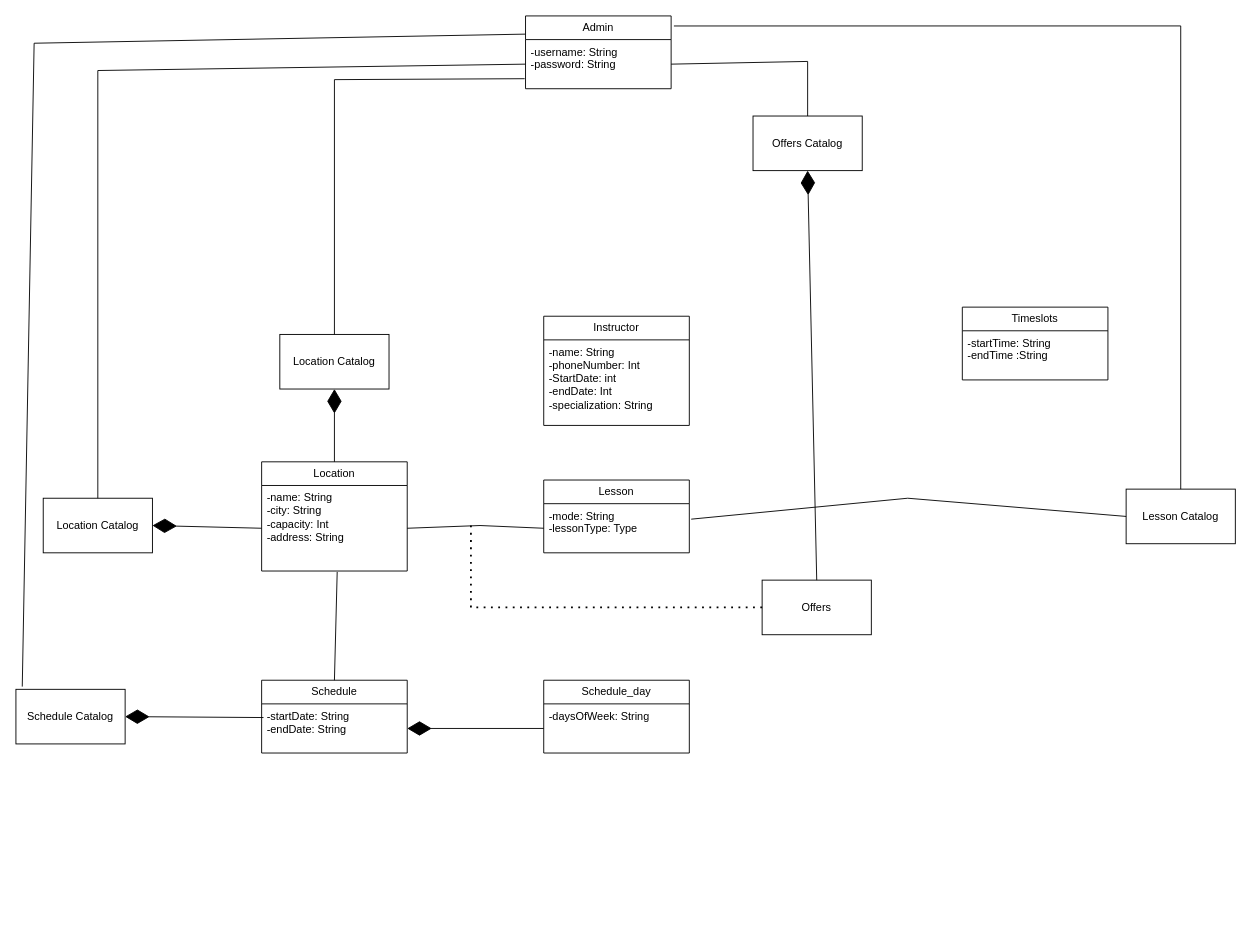
Before: Diagrams/DomainModel.drawio in JeremyCrete/Soen342-JeremyCrete-DominicEmond, a draw.io diagram. Source tidied: cells renumbered, new cells numbered last; positions are measured from the earlier drawing's top-left corner, leaving out a move shared by most shapes. Both pictures are drawn from the tidied source at 91%, with x=0, y=0 at pixel (15, 15).
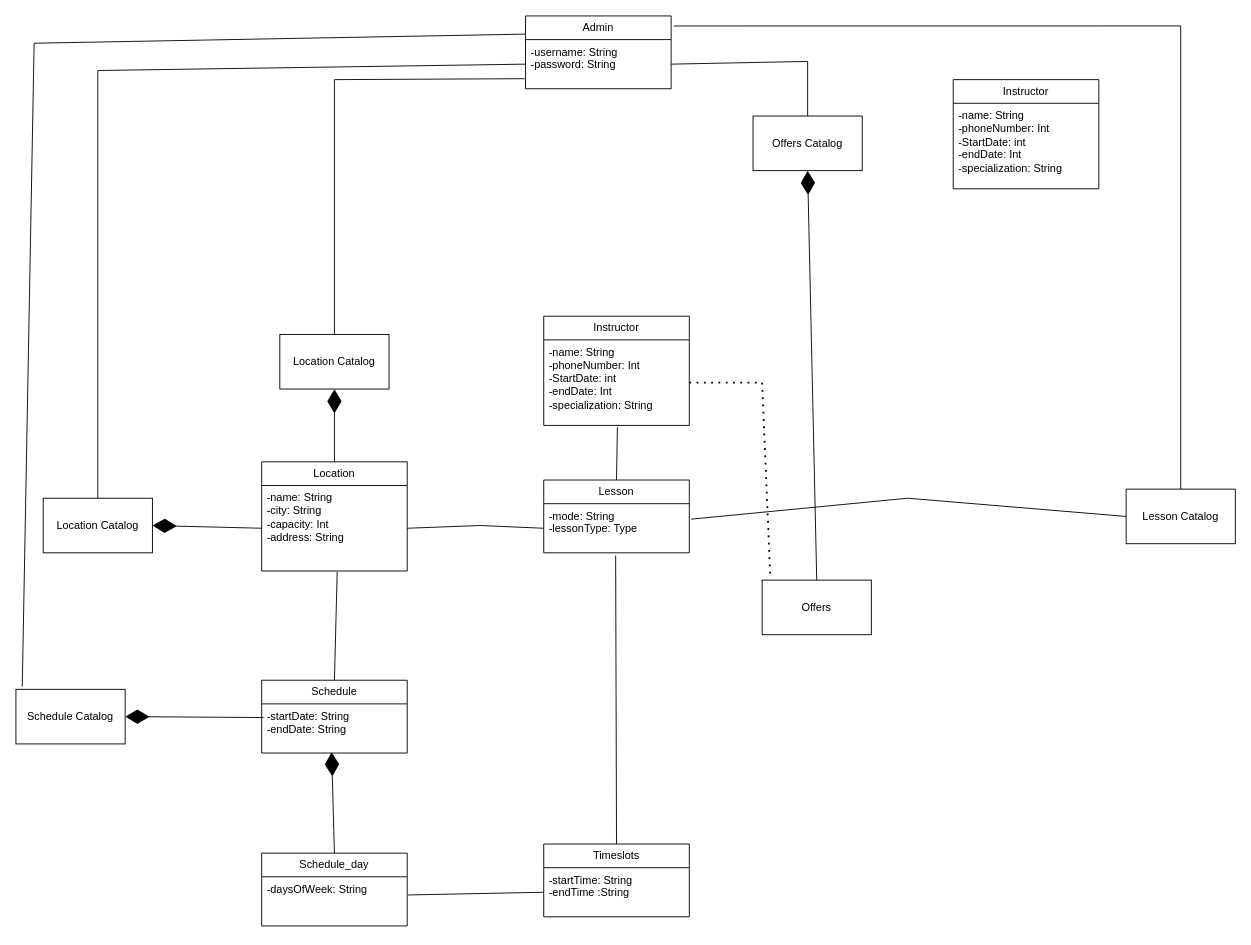
Above is the later version.

The change refers to these unchanged cells:
```xml
<mxCell id="5" value="-name: String&lt;div&gt;-phoneNumber: Int&lt;/div&gt;&lt;div&gt;-StartDate: int&lt;/div&gt;&lt;div&gt;-endDate: Int&lt;/div&gt;&lt;div&gt;-specialization: String&lt;/div&gt;" style="text;strokeColor=none;fillColor=none;align=left;verticalAlign=top;spacingLeft=4;spacingRight=4;overflow=hidden;points=[[0,0.5],[1,0.5]];portConstraint=eastwest;whiteSpace=wrap;html=1;" parent="4" vertex="1">
  <mxGeometry y="26" width="160" height="94" as="geometry" />
</mxCell>
<mxCell id="6" value="Lesson" style="swimlane;fontStyle=0;horizontal=1;startSize=26;fillColor=none;whiteSpace=wrap;html=1;" parent="1" vertex="1">
  <mxGeometry x="580" y="510" width="160" height="80" as="geometry" />
</mxCell>
<mxCell id="7" value="-mode: String&lt;div&gt;-lessonType: Type&lt;/div&gt;" style="text;strokeColor=none;fillColor=none;align=left;verticalAlign=top;spacingLeft=4;spacingRight=4;overflow=hidden;points=[[0,0.5],[1,0.5]];portConstraint=eastwest;whiteSpace=wrap;html=1;" parent="6" vertex="1">
  <mxGeometry y="26" width="160" height="54" as="geometry" />
</mxCell>
<mxCell id="11" value="-startDate: String&lt;div&gt;-endDate: String&lt;/div&gt;" style="text;strokeColor=none;fillColor=none;align=left;verticalAlign=top;spacingLeft=4;spacingRight=4;overflow=hidden;points=[[0,0.5],[1,0.5]];portConstraint=eastwest;whiteSpace=wrap;html=1;" parent="10" vertex="1">
  <mxGeometry y="26" width="160" height="54" as="geometry" />
</mxCell>
<mxCell id="14" value="-daysOfWeek: String" style="text;strokeColor=none;fillColor=none;align=left;verticalAlign=top;spacingLeft=4;spacingRight=4;overflow=hidden;points=[[0,0.5],[1,0.5]];portConstraint=eastwest;whiteSpace=wrap;html=1;" parent="13" vertex="1">
  <mxGeometry y="26" width="160" height="54" as="geometry" />
</mxCell>
<mxCell id="16" value="-startTime: String&lt;div&gt;-endTime :String&lt;/div&gt;" style="text;strokeColor=none;fillColor=none;align=left;verticalAlign=top;spacingLeft=4;spacingRight=4;overflow=hidden;points=[[0,0.5],[1,0.5]];portConstraint=eastwest;whiteSpace=wrap;html=1;" parent="15" vertex="1">
  <mxGeometry y="26" width="160" height="54" as="geometry" />
</mxCell>
<mxCell id="27" value="Offers" style="rounded=0;whiteSpace=wrap;html=1;" parent="1" vertex="1">
  <mxGeometry x="820" y="620" width="120" height="60" as="geometry" />
</mxCell>
```

Diff of the diagram source:
```diff
@@
     <mxCell id="13" value="Schedule_day" style="swimlane;fontStyle=0;horizontal=1;startSize=26;fillColor=none;whiteSpace=wrap;html=1;" parent="1" vertex="1">
-      <mxGeometry x="580" y="730" width="160" height="80" as="geometry" />
+      <mxGeometry x="270" y="920" width="160" height="80" as="geometry" />
     </mxCell>
@@
     <mxCell id="15" value="Timeslots" style="swimlane;fontStyle=0;horizontal=1;startSize=26;fillColor=none;whiteSpace=wrap;html=1;" parent="1" vertex="1">
-      <mxGeometry x="1040" y="320" width="160" height="80" as="geometry" />
+      <mxGeometry x="580" y="910" width="160" height="80" as="geometry" />
     </mxCell>
@@
-    <mxCell id="23" style="endArrow=diamondThin;endFill=1;endSize=24;html=1;rounded=0;entryX=1;entryY=0.5;entryDx=0;entryDy=0;exitX=0;exitY=0.5;exitDx=0;exitDy=0;" parent="1" edge="1" source="14" target="11">
-      <mxGeometry relative="1" as="geometry" />
-    </mxCell>
@@
-    <mxCell id="31" style="endArrow=none;dashed=1;html=1;dashPattern=1 3;strokeWidth=2;rounded=0;entryX=0;entryY=0.5;entryDx=0;entryDy=0;" parent="1" edge="1" target="27">
+    <mxCell id="31" style="endArrow=none;dashed=1;html=1;dashPattern=1 3;strokeWidth=2;rounded=0;entryX=0.075;entryY=-0.05;entryDx=0;entryDy=0;exitX=1;exitY=0.5;exitDx=0;exitDy=0;entryPerimeter=0;" parent="1" edge="1" source="5" target="27">
       <mxGeometry relative="1" as="geometry">
-        <mxPoint x="500" y="560" as="sourcePoint" />
         <Array as="points">
-          <mxPoint x="500" y="650" />
+          <mxPoint x="820" y="403" />
         </Array>
       </mxGeometry>
     </mxCell>
@@
+    <mxCell id="36" style="endArrow=none;html=1;rounded=0;entryX=0.506;entryY=1.021;entryDx=0;entryDy=0;entryPerimeter=0;exitX=0.5;exitY=0;exitDx=0;exitDy=0;" parent="1" edge="1" source="6" target="5">
+      <mxGeometry relative="1" as="geometry" />
+    </mxCell>
+    <mxCell id="37" value="Instructor" style="swimlane;fontStyle=0;horizontal=1;startSize=26;fillColor=none;whiteSpace=wrap;html=1;" parent="1" vertex="1">
+      <mxGeometry x="1030" y="70" width="160" height="120" as="geometry" />
+    </mxCell>
+    <mxCell id="38" value="-name: String&lt;div&gt;-phoneNumber: Int&lt;/div&gt;&lt;div&gt;-StartDate: int&lt;/div&gt;&lt;div&gt;-endDate: Int&lt;/div&gt;&lt;div&gt;-specialization: String&lt;/div&gt;" style="text;strokeColor=none;fillColor=none;align=left;verticalAlign=top;spacingLeft=4;spacingRight=4;overflow=hidden;whiteSpace=wrap;html=1;" parent="37" vertex="1">
+      <mxGeometry y="26" width="160" height="94" as="geometry" />
+    </mxCell>
+    <mxCell id="39" style="endArrow=none;html=1;rounded=0;exitX=1.006;exitY=0.37;exitDx=0;exitDy=0;exitPerimeter=0;entryX=0;entryY=0.5;entryDx=0;entryDy=0;" parent="1" edge="1" source="14" target="16">
+      <mxGeometry relative="1" as="geometry" />
+    </mxCell>
+    <mxCell id="40" style="endArrow=none;html=1;rounded=0;exitX=0.5;exitY=0;exitDx=0;exitDy=0;entryX=0.494;entryY=1.056;entryDx=0;entryDy=0;entryPerimeter=0;" parent="1" edge="1" source="15" target="7">
+      <mxGeometry relative="1" as="geometry" />
+    </mxCell>
+    <mxCell id="41" style="endArrow=diamondThin;endFill=1;endSize=24;html=1;rounded=0;exitX=0.5;exitY=0;exitDx=0;exitDy=0;entryX=0.481;entryY=0.981;entryDx=0;entryDy=0;entryPerimeter=0;" parent="1" edge="1" source="13" target="11">
+      <mxGeometry relative="1" as="geometry" />
+    </mxCell>
```
